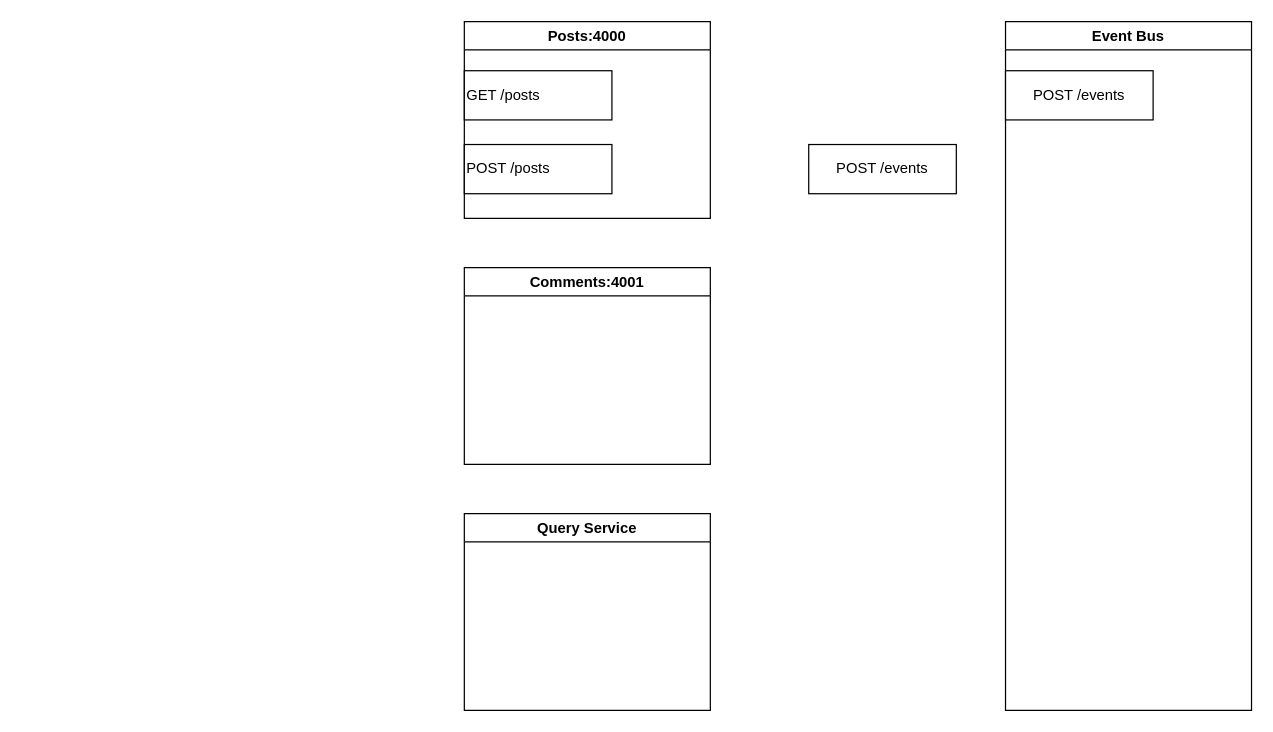
The draw.io diagram microservices.drawio in vidhirkaup/diagrams, before the edit. Source tidied: cells renumbered, new cells numbered last; positions are measured from the earlier drawing's top-left corner, leaving out a move shared by most shapes. Both pictures are drawn from the tidied source at 123%, with x=0, y=0 at pixel (464, 21).
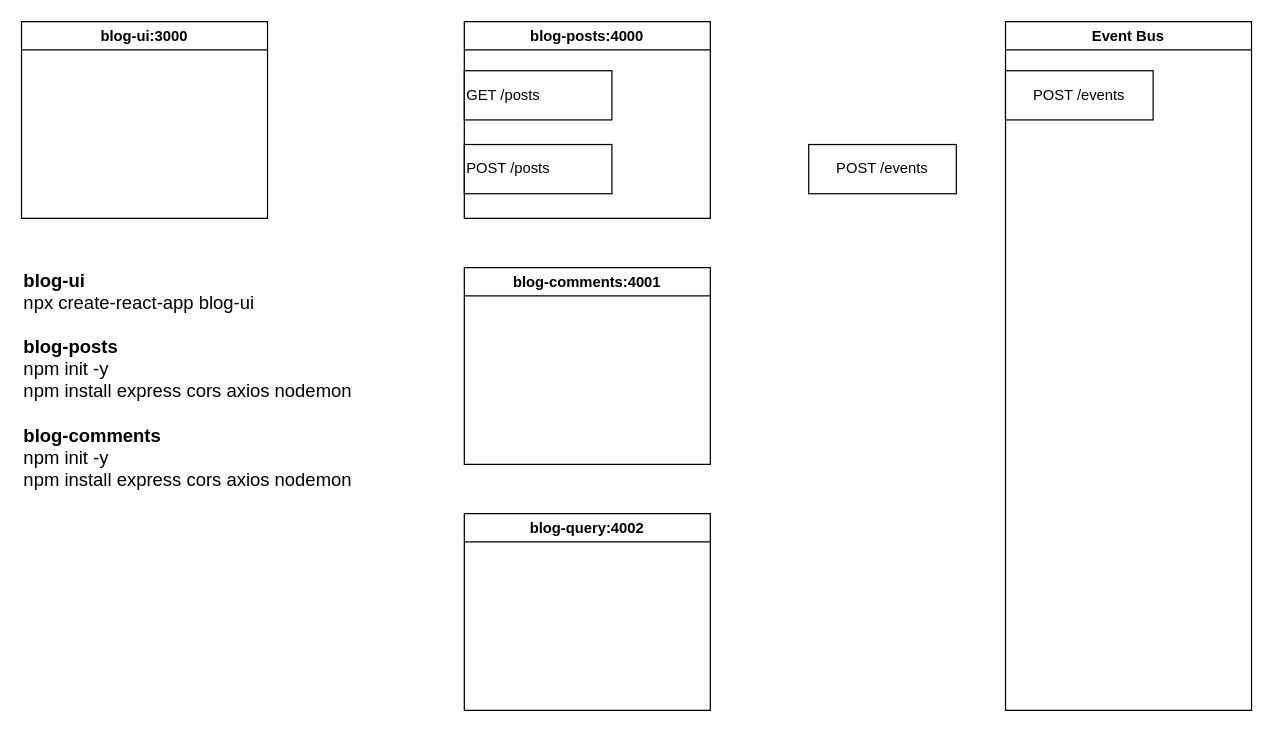
The same diagram, later.

Diff of the diagram source:
```diff
@@
 <mxGraphModel>
   <root>
     <mxCell id="0" />
     <mxCell id="1" parent="0" />
-    <mxCell id="2" value="Posts:4000" style="swimlane;" parent="1" vertex="1">
+    <mxCell id="2" value="blog-posts:4000" style="swimlane;" parent="1" vertex="1">
       <mxGeometry width="200" height="160" as="geometry" />
     </mxCell>
     <mxCell id="3" value="GET /posts" style="rounded=0;whiteSpace=wrap;html=1;align=left;" parent="2" vertex="1">
       <mxGeometry y="40" width="120" height="40" as="geometry" />
     </mxCell>
     <mxCell id="4" value="POST /posts" style="rounded=0;whiteSpace=wrap;html=1;align=left;" parent="2" vertex="1">
       <mxGeometry y="100" width="120" height="40" as="geometry" />
     </mxCell>
-    <mxCell id="5" value="Comments:4001" style="swimlane;" parent="1" vertex="1">
+    <mxCell id="5" value="blog-comments:4001" style="swimlane;" parent="1" vertex="1">
       <mxGeometry y="200" width="200" height="160" as="geometry" />
     </mxCell>
-    <mxCell id="6" value="Query Service" style="swimlane;" parent="1" vertex="1">
+    <mxCell id="6" value="blog-query:4002" style="swimlane;" parent="1" vertex="1">
       <mxGeometry y="400" width="200" height="160" as="geometry" />
     </mxCell>
     <mxCell id="7" value="Event Bus" style="swimlane;" parent="1" vertex="1">
       <mxGeometry x="440" width="200" height="560" as="geometry" />
     </mxCell>
     <mxCell id="8" value="POST /events" style="rounded=0;whiteSpace=wrap;html=1;" parent="7" vertex="1">
       <mxGeometry y="40" width="120" height="40" as="geometry" />
     </mxCell>
     <mxCell id="9" value="POST /events" style="rounded=0;whiteSpace=wrap;html=1;" parent="1" vertex="1">
       <mxGeometry x="280" y="100" width="120" height="40" as="geometry" />
     </mxCell>
+    <mxCell id="10" value="blog-ui:3000" style="swimlane;startSize=23;" parent="1" vertex="1">
+      <mxGeometry x="-360" width="200" height="160" as="geometry" />
+    </mxCell>
+    <mxCell id="11" value="&lt;b style=&quot;font-size: 15px;&quot;&gt;blog-ui&lt;/b&gt;&lt;br style=&quot;font-size: 15px;&quot;&gt;npx create-react-app blog-ui&lt;br style=&quot;font-size: 15px;&quot;&gt;&lt;br style=&quot;font-size: 15px;&quot;&gt;&lt;b&gt;blog-posts&lt;/b&gt;&lt;br style=&quot;font-size: 15px;&quot;&gt;npm init -y&lt;br style=&quot;font-size: 15px;&quot;&gt;npm install express cors axios nodemon&lt;br style=&quot;font-size: 15px;&quot;&gt;&lt;br&gt;&lt;b&gt;blog-comments&lt;/b&gt;&lt;br&gt;npm init -y&lt;br&gt;npm install express cors axios nodemon" style="text;html=1;align=left;verticalAlign=top;strokeColor=none;fillColor=none;fontSize=15;" parent="1" vertex="1">
+      <mxGeometry x="-360" y="195" width="290" height="190" as="geometry" />
+    </mxCell>
   </root>
 </mxGraphModel>
```
